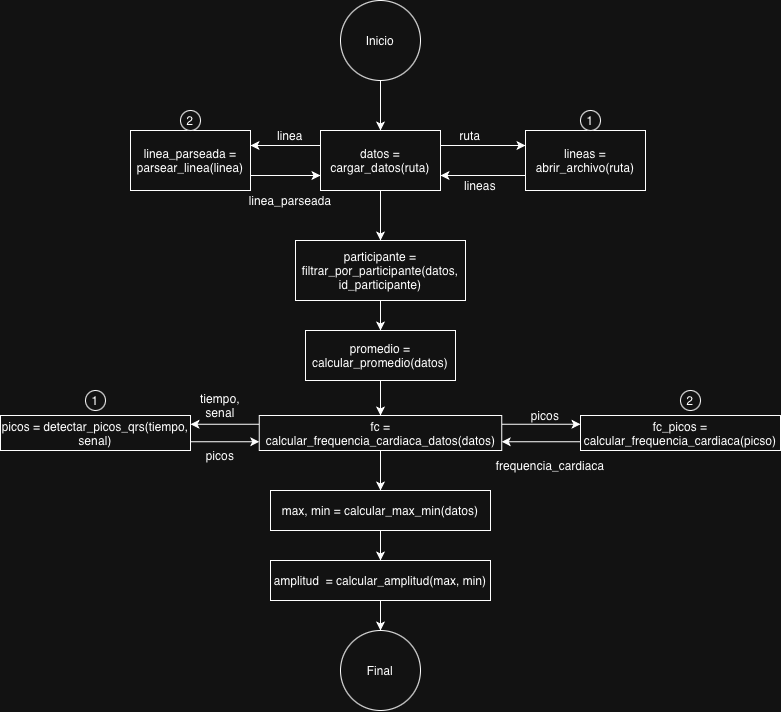
Above: Diagramas/diagrama_general.png in benjacoduti/Pulse_Lab (draw.io), before the change. Source tidied: cells renumbered, new cells last; positions are measured from the earlier drawing's top-left corner, leaving out a move shared by most shapes.
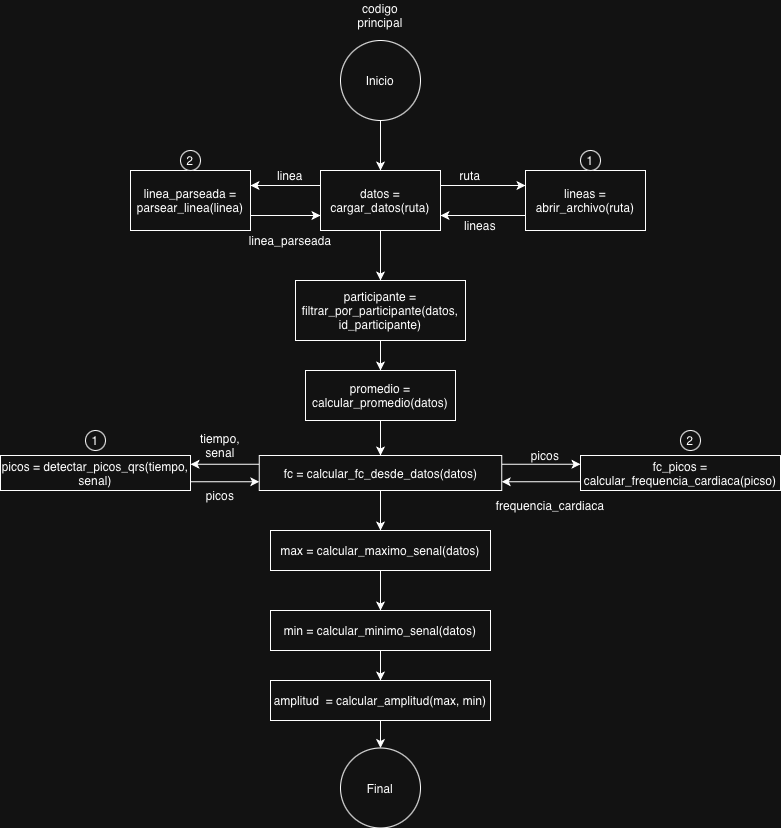
Later version of the same file.

What changed in the source:
```diff
@@ -50,9 +50,9 @@
     <mxCell id="17" value="participante = filtrar_por_participante(datos, id_participante)" style="rounded=0;whiteSpace=wrap;html=1;" parent="1" vertex="1">
       <mxGeometry x="295" y="240" width="170" height="60" as="geometry" />
     </mxCell>
-    <mxCell id="18" style="edgeStyle=orthogonalEdgeStyle;rounded=0;jettySize=auto;html=1;" parent="1" edge="1" source="19" target="25">
-      <mxGeometry relative="1" as="geometry" />
-    </mxCell>
+    <mxCell id="41" style="edgeStyle=orthogonalEdgeStyle;rounded=0;jettySize=auto;html=1;" parent="1" edge="1" source="19" target="44">
+      <mxGeometry relative="1" as="geometry" />
+    </mxCell>
     <mxCell id="19" value="promedio = calcular_promedio(datos)" style="rounded=0;whiteSpace=wrap;html=1;" parent="1" vertex="1">
       <mxGeometry x="305" y="330" width="150" height="50" as="geometry" />
     </mxCell>
@@ -62,21 +62,18 @@
     <mxCell id="21" value="2" style="ellipse;whiteSpace=wrap;html=1;" parent="1" vertex="1">
       <mxGeometry x="180" y="110" width="20" height="20" as="geometry" />
     </mxCell>
-    <mxCell id="22" style="edgeStyle=orthogonalEdgeStyle;rounded=0;jettySize=auto;html=1;exitX=1;exitY=0.25;exitDx=0;exitDy=0;entryX=0;entryY=0.25;entryDx=0;entryDy=0;" parent="1" edge="1" source="25" target="27">
-      <mxGeometry relative="1" as="geometry" />
-    </mxCell>
-    <mxCell id="23" style="edgeStyle=orthogonalEdgeStyle;rounded=0;jettySize=auto;html=1;exitX=0;exitY=0.25;exitDx=0;exitDy=0;entryX=1;entryY=0.25;entryDx=0;entryDy=0;" parent="1" edge="1" source="25" target="33">
-      <mxGeometry relative="1" as="geometry" />
-    </mxCell>
-    <mxCell id="24" style="edgeStyle=orthogonalEdgeStyle;rounded=0;jettySize=auto;html=1;" parent="1" edge="1" source="25" target="39">
-      <mxGeometry relative="1" as="geometry" />
-    </mxCell>
-    <mxCell id="25" value="fc = calcular_frequencia_cardiaca_datos(datos)" style="rounded=0;whiteSpace=wrap;html=1;" parent="1" vertex="1">
-      <mxGeometry x="258.8" y="415" width="242.5" height="35" as="geometry" />
-    </mxCell>
-    <mxCell id="26" style="edgeStyle=orthogonalEdgeStyle;rounded=0;jettySize=auto;html=1;exitX=0;exitY=0.75;exitDx=0;exitDy=0;entryX=1;entryY=0.75;entryDx=0;entryDy=0;" parent="1" edge="1" source="27" target="25">
-      <mxGeometry relative="1" as="geometry" />
-    </mxCell>
+    <mxCell id="42" style="edgeStyle=orthogonalEdgeStyle;rounded=0;jettySize=auto;html=1;exitX=1;exitY=0.25;exitDx=0;exitDy=0;entryX=0;entryY=0.25;entryDx=0;entryDy=0;" parent="1" edge="1" source="44" target="27">
+      <mxGeometry relative="1" as="geometry" />
+    </mxCell>
+    <mxCell id="43" style="edgeStyle=orthogonalEdgeStyle;rounded=0;jettySize=auto;html=1;exitX=0;exitY=0.25;exitDx=0;exitDy=0;entryX=1;entryY=0.25;entryDx=0;entryDy=0;" parent="1" edge="1" source="44" target="33">
+      <mxGeometry relative="1" as="geometry" />
+    </mxCell>
+    <mxCell id="44" value="fc = calcular_fc_desde_datos(datos)" style="rounded=0;whiteSpace=wrap;html=1;" parent="1" vertex="1">
+      <mxGeometry x="258.8" y="415" width="242.5" height="35" as="geometry" />
+    </mxCell>
+    <mxCell id="45" style="edgeStyle=orthogonalEdgeStyle;rounded=0;jettySize=auto;html=1;exitX=0;exitY=0.75;exitDx=0;exitDy=0;entryX=1;entryY=0.75;entryDx=0;entryDy=0;" parent="1" edge="1" source="27" target="44">
+      <mxGeometry relative="1" as="geometry" />
+    </mxCell>
     <mxCell id="27" value="fc_picos = calcular_frequencia_cardiaca(picso)" style="rounded=0;whiteSpace=wrap;html=1;" parent="1" vertex="1">
       <mxGeometry x="580" y="415" width="200" height="35" as="geometry" />
     </mxCell>
@@ -86,15 +83,18 @@
     <mxCell id="29" value="frequencia_cardiaca" style="text;html=1;whiteSpace=wrap;strokeColor=none;fillColor=none;align=center;verticalAlign=middle;rounded=0;" parent="1" vertex="1">
       <mxGeometry x="520" y="450" width="60" height="30" as="geometry" />
     </mxCell>
-    <mxCell id="30" value="max, min = calcular_max_min(datos)" style="rounded=0;whiteSpace=wrap;html=1;" parent="1" vertex="1">
-      <mxGeometry x="270" y="490" width="220" height="40" as="geometry" />
-    </mxCell>
+    <mxCell id="46" style="edgeStyle=orthogonalEdgeStyle;rounded=0;jettySize=auto;html=1;" parent="1" edge="1" source="47" target="52">
+      <mxGeometry relative="1" as="geometry" />
+    </mxCell>
+    <mxCell id="47" value="max = calcular_maximo_senal(datos)" style="rounded=0;whiteSpace=wrap;html=1;" parent="1" vertex="1">
+      <mxGeometry x="270" y="490" width="220" height="40" as="geometry" />
+    </mxCell>
     <mxCell id="31" value="Final" style="ellipse;whiteSpace=wrap;html=1;" parent="1" vertex="1">
-      <mxGeometry x="340" y="630" width="80" height="80" as="geometry" />
+      <mxGeometry x="340" y="707.5" width="80" height="80" as="geometry" />
     </mxCell>
-    <mxCell id="32" style="edgeStyle=orthogonalEdgeStyle;rounded=0;jettySize=auto;html=1;exitX=1;exitY=0.75;exitDx=0;exitDy=0;entryX=0;entryY=0.75;entryDx=0;entryDy=0;" parent="1" edge="1" source="33" target="25">
-      <mxGeometry relative="1" as="geometry" />
-    </mxCell>
+    <mxCell id="48" style="edgeStyle=orthogonalEdgeStyle;rounded=0;jettySize=auto;html=1;exitX=1;exitY=0.75;exitDx=0;exitDy=0;entryX=0;entryY=0.75;entryDx=0;entryDy=0;" parent="1" edge="1" source="33" target="44">
+      <mxGeometry relative="1" as="geometry" />
+    </mxCell>
     <mxCell id="33" value="picos = detectar_picos_qrs(tiempo, senal)" style="rounded=0;whiteSpace=wrap;html=1;" parent="1" vertex="1">
       <mxGeometry y="415" width="190" height="35" as="geometry" />
     </mxCell>
@@ -104,9 +104,9 @@
     <mxCell id="35" value="1" style="ellipse;whiteSpace=wrap;html=1;" parent="1" vertex="1">
       <mxGeometry x="85" y="390" width="20" height="20" as="geometry" />
     </mxCell>
-    <mxCell id="36" style="edgeStyle=orthogonalEdgeStyle;rounded=0;jettySize=auto;html=1;" parent="1" edge="1" source="25" target="30">
-      <mxGeometry relative="1" as="geometry" />
-    </mxCell>
+    <mxCell id="49" style="edgeStyle=orthogonalEdgeStyle;rounded=0;jettySize=auto;html=1;" parent="1" edge="1" source="44" target="47">
+      <mxGeometry relative="1" as="geometry" />
+    </mxCell>
     <mxCell id="37" value="tiempo, senal" style="text;html=1;whiteSpace=wrap;strokeColor=none;fillColor=none;align=center;verticalAlign=middle;rounded=0;" parent="1" vertex="1">
       <mxGeometry x="190" y="390" width="60" height="30" as="geometry" />
     </mxCell>
@@ -114,10 +114,19 @@
       <mxGeometry relative="1" as="geometry" />
     </mxCell>
     <mxCell id="39" value="amplitud &amp;nbsp;= calcular_amplitud(max, min)" style="rounded=0;whiteSpace=wrap;html=1;" parent="1" vertex="1">
-      <mxGeometry x="270" y="560" width="220" height="40" as="geometry" />
+      <mxGeometry x="270" y="640" width="220" height="40" as="geometry" />
     </mxCell>
     <mxCell id="40" value="picos" style="text;html=1;whiteSpace=wrap;strokeColor=none;fillColor=none;align=center;verticalAlign=middle;rounded=0;" parent="1" vertex="1">
       <mxGeometry x="190" y="440" width="60" height="30" as="geometry" />
     </mxCell>
+    <mxCell id="50" value="codigo principal" style="text;html=1;whiteSpace=wrap;strokeColor=none;fillColor=none;align=center;verticalAlign=middle;rounded=0;" parent="1" vertex="1">
+      <mxGeometry x="350" y="-40" width="60" height="30" as="geometry" />
+    </mxCell>
+    <mxCell id="51" style="edgeStyle=orthogonalEdgeStyle;rounded=0;jettySize=auto;html=1;" parent="1" edge="1" source="52" target="39">
+      <mxGeometry relative="1" as="geometry" />
+    </mxCell>
+    <mxCell id="52" value="min = calcular_minimo_senal(datos)" style="rounded=0;whiteSpace=wrap;html=1;" parent="1" vertex="1">
+      <mxGeometry x="270" y="570" width="220" height="40" as="geometry" />
+    </mxCell>
   </root>
 </mxGraphModel>
```
